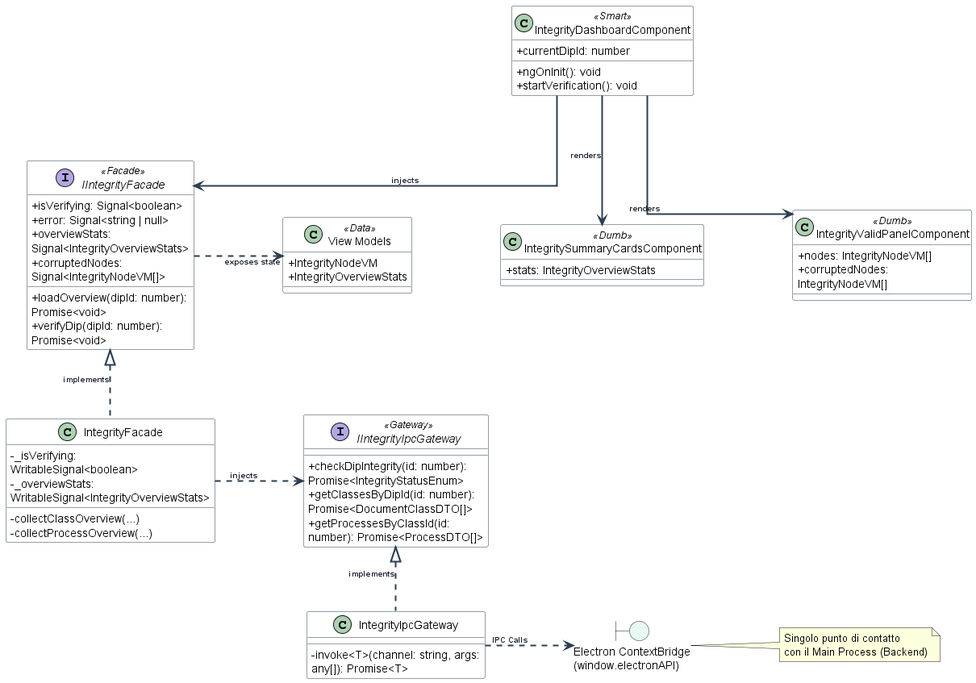
Earlier version of the PlantUML export 3_PB/DocumentiEsterni/DiagrammiSpecificaTecnica/generated_/architecture/c1-c3/C4-IntegrityFrontend.png (7-ZPUs/Docs).
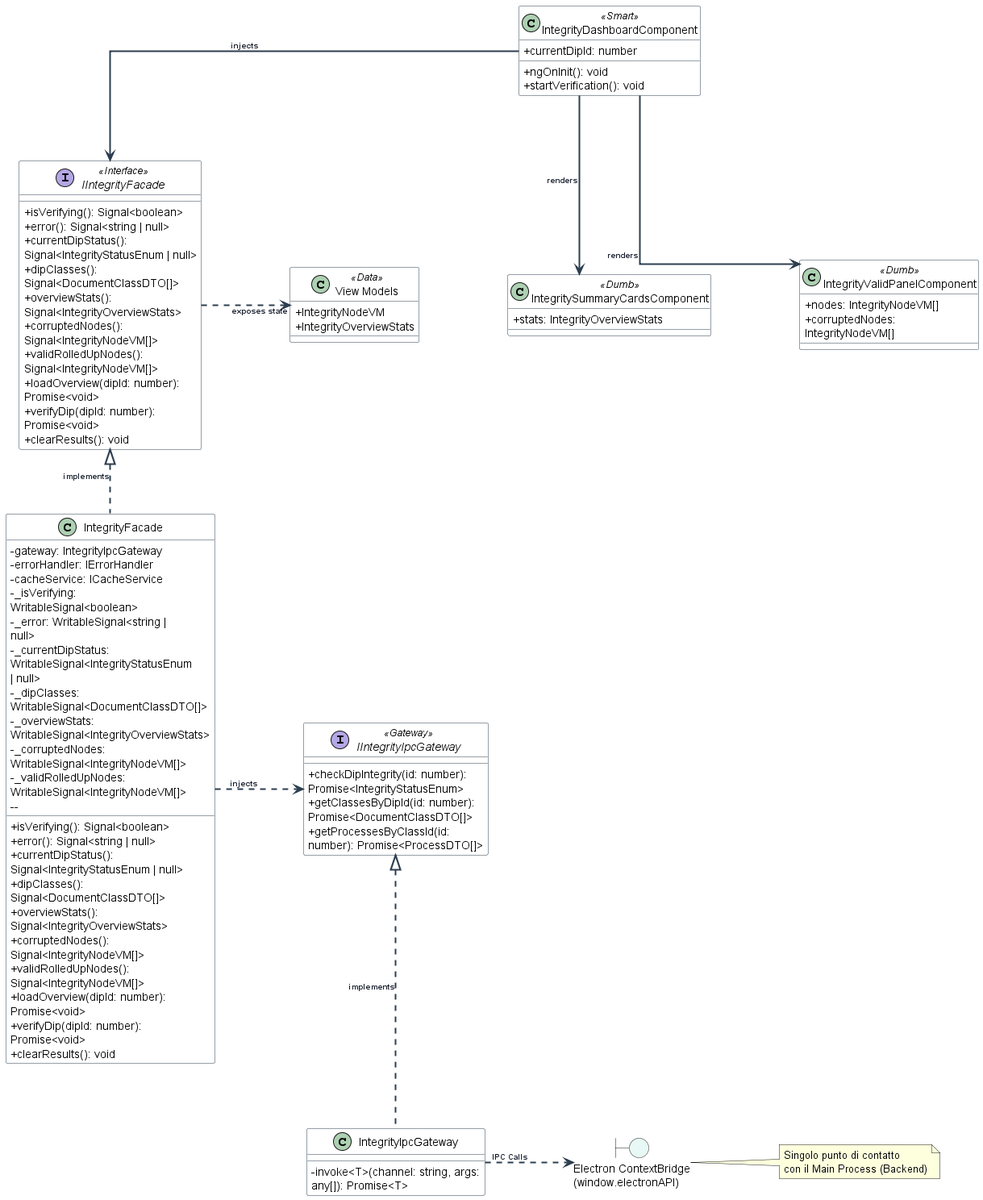
The same file after the commit.

Commit message:
fix diagramma integrità

The edit, as a diff of the source:
```diff
@@ -1,4 +1,4 @@
-@startuml Verification_Frontend_A4
+@startuml
 skinparam classAttributeIconSize 0
 skinparam shadowing false
 skinparam linetype ortho
@@ -35,19 +35,40 @@
     + nodes: IntegrityNodeVM[]
     + corruptedNodes: IntegrityNodeVM[]
 }
-interface IIntegrityFacade <<Facade>> {
-    + isVerifying: Signal<boolean>
-    + error: Signal<string | null>
-    + overviewStats: Signal<IntegrityOverviewStats>
-    + corruptedNodes: Signal<IntegrityNodeVM[]>
-    + loadOverview(dipId: number): Promise<void>
-    + verifyDip(dipId: number): Promise<void>
-}
+interface IIntegrityFacade <<Interface>> {
+      + isVerifying(): Signal<boolean>
+      + error(): Signal<string | null>
+      + currentDipStatus(): Signal<IntegrityStatusEnum | null>
+      + dipClasses(): Signal<DocumentClassDTO[]>
+      + overviewStats(): Signal<IntegrityOverviewStats>
+      + corruptedNodes(): Signal<IntegrityNodeVM[]>
+      + validRolledUpNodes(): Signal<IntegrityNodeVM[]>
+      + loadOverview(dipId: number): Promise<void>
+      + verifyDip(dipId: number): Promise<void>
+      + clearResults(): void
+    }
 class IntegrityFacade {
-    - _isVerifying: WritableSignal<boolean>
-    - _overviewStats: WritableSignal<IntegrityOverviewStats>
-    - collectClassOverview(...)
-    - collectProcessOverview(...)
+    - gateway: IntegrityIpcGateway
+      - errorHandler: IErrorHandler
+      - cacheService: ICacheService
+      - _isVerifying: WritableSignal<boolean>
+      - _error: WritableSignal<string | null>
+      - _currentDipStatus: WritableSignal<IntegrityStatusEnum | null>
+      - _dipClasses: WritableSignal<DocumentClassDTO[]>
+      - _overviewStats: WritableSignal<IntegrityOverviewStats>
+      - _corruptedNodes: WritableSignal<IntegrityNodeVM[]>
+      - _validRolledUpNodes: WritableSignal<IntegrityNodeVM[]>
+      --
+      + isVerifying(): Signal<boolean>
+      + error(): Signal<string | null>
+      + currentDipStatus(): Signal<IntegrityStatusEnum | null>
+      + dipClasses(): Signal<DocumentClassDTO[]>
+      + overviewStats(): Signal<IntegrityOverviewStats>
+      + corruptedNodes(): Signal<IntegrityNodeVM[]>
+      + validRolledUpNodes(): Signal<IntegrityNodeVM[]>
+      + loadOverview(dipId: number): Promise<void>
+      + verifyDip(dipId: number): Promise<void>
+      + clearResults(): void
 }
 class "View Models" as VMs <<Data>> {
     + IntegrityNodeVM
```
